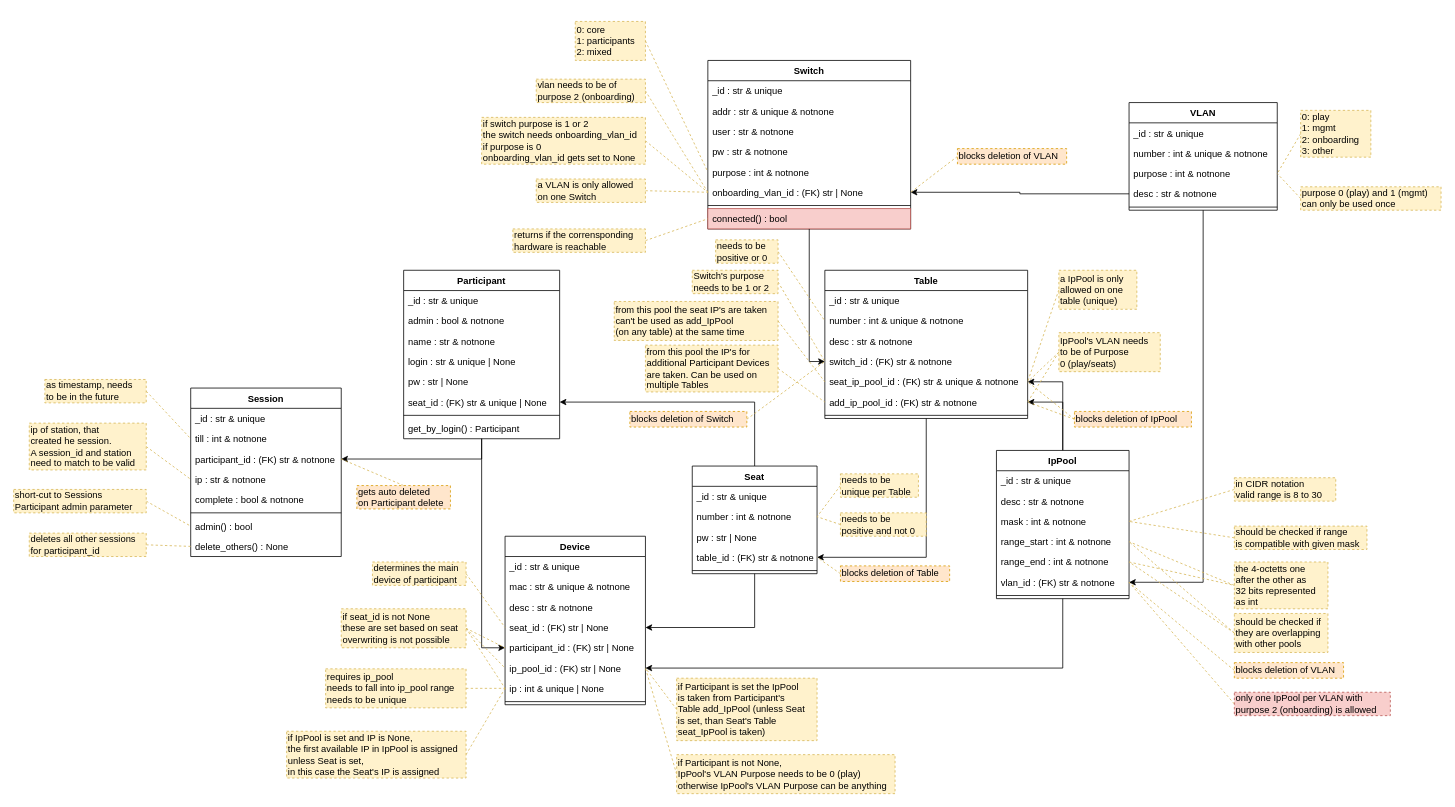
Earlier version of the draw.io diagram docs/elements_classes.drawio (nils-ost/LanPartyOnboardingSystem). Source tidied: cells renumbered, new cells numbered last; positions are measured from the earlier drawing's top-left corner, leaving out a move shared by most shapes. Both pictures are drawn from the tidied source at 78%, with x=0, y=0 at pixel (13, 21).
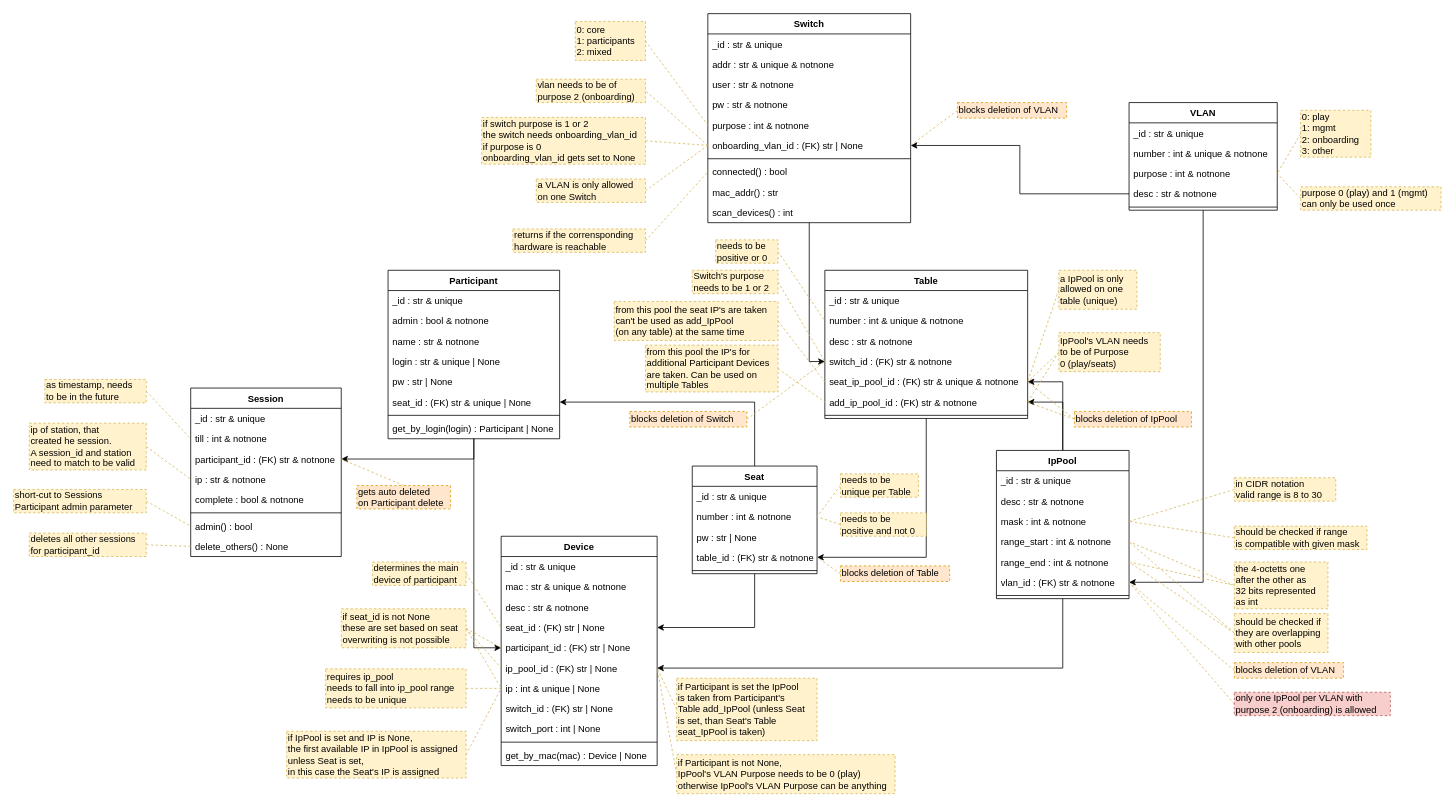
The same page after the edit.

Commit message (it also covers changes not shown here):
linked Switch element to MTSwitch; added backgroundworker to automatically scan for and add Devices

Diff of the diagram source:
```diff
@@
     <mxCell id="9" value="Switch" style="swimlane;fontStyle=1;align=center;verticalAlign=top;horizontal=1;startSize=26;" parent="1" vertex="1">
-      <mxGeometry x="890" y="50" width="260" height="216" as="geometry" />
+      <mxGeometry x="890" y="-10" width="260" height="268" as="geometry" />
     </mxCell>
@@
-    <mxCell id="17" value="connected() : bool" style="text;strokeColor=#b85450;fillColor=#f8cecc;align=left;verticalAlign=top;spacingLeft=4;spacingRight=4;overflow=hidden;points=[[0,0.5],[1,0.5]];portConstraint=eastwest;" parent="9" vertex="1">
+    <mxCell id="17" value="connected() : bool" style="text;align=left;verticalAlign=top;spacingLeft=4;spacingRight=4;overflow=hidden;points=[[0,0.5],[1,0.5]];portConstraint=eastwest;" parent="9" vertex="1">
       <mxGeometry y="190" width="260" height="26" as="geometry" />
     </mxCell>
+    <mxCell id="155" value="mac_addr() : str" style="text;align=left;verticalAlign=top;spacingLeft=4;spacingRight=4;overflow=hidden;" parent="9" vertex="1">
+      <mxGeometry y="216" width="260" height="26" as="geometry" />
+    </mxCell>
+    <mxCell id="156" value="scan_devices() : int" style="text;align=left;verticalAlign=top;spacingLeft=4;spacingRight=4;overflow=hidden;" parent="9" vertex="1">
+      <mxGeometry y="242" width="260" height="26" as="geometry" />
+    </mxCell>
@@
     <mxCell id="53" value="Participant" style="swimlane;fontStyle=1;align=center;verticalAlign=top;horizontal=1;startSize=26;" parent="1" vertex="1">
-      <mxGeometry x="500" y="319" width="200" height="216" as="geometry" />
+      <mxGeometry x="480" y="319" width="220" height="216" as="geometry" />
     </mxCell>
     <mxCell id="54" value="_id : str &amp; unique" style="text;strokeColor=none;fillColor=none;align=left;verticalAlign=top;spacingLeft=4;spacingRight=4;overflow=hidden;" parent="53" vertex="1">
-      <mxGeometry y="26" width="200" height="26" as="geometry" />
+      <mxGeometry y="26" width="220" height="26" as="geometry" />
     </mxCell>
     <mxCell id="55" value="admin : bool &amp; notnone" style="text;strokeColor=none;fillColor=none;align=left;verticalAlign=top;spacingLeft=4;spacingRight=4;overflow=hidden;" parent="53" vertex="1">
-      <mxGeometry y="52" width="200" height="26" as="geometry" />
+      <mxGeometry y="52" width="220" height="26" as="geometry" />
     </mxCell>
     <mxCell id="56" value="name : str &amp; notnone" style="text;strokeColor=none;fillColor=none;align=left;verticalAlign=top;spacingLeft=4;spacingRight=4;overflow=hidden;" parent="53" vertex="1">
-      <mxGeometry y="78" width="200" height="26" as="geometry" />
+      <mxGeometry y="78" width="220" height="26" as="geometry" />
     </mxCell>
     <mxCell id="57" value="login : str &amp; unique | None" style="text;strokeColor=none;fillColor=none;align=left;verticalAlign=top;spacingLeft=4;spacingRight=4;overflow=hidden;" parent="53" vertex="1">
-      <mxGeometry y="104" width="200" height="26" as="geometry" />
+      <mxGeometry y="104" width="220" height="26" as="geometry" />
     </mxCell>
     <mxCell id="58" value="pw : str | None" style="text;strokeColor=none;fillColor=none;align=left;verticalAlign=top;spacingLeft=4;spacingRight=4;overflow=hidden;" parent="53" vertex="1">
-      <mxGeometry y="130" width="200" height="26" as="geometry" />
+      <mxGeometry y="130" width="220" height="26" as="geometry" />
     </mxCell>
     <mxCell id="59" value="seat_id : (FK) str &amp; unique | None" style="text;strokeColor=none;fillColor=none;align=left;verticalAlign=top;spacingLeft=4;spacingRight=4;overflow=hidden;points=[[0,0.5],[1,0.5]];portConstraint=eastwest;" parent="53" vertex="1">
-      <mxGeometry y="156" width="200" height="26" as="geometry" />
+      <mxGeometry y="156" width="220" height="26" as="geometry" />
     </mxCell>
     <mxCell id="60" style="line;strokeWidth=1;fillColor=none;align=left;verticalAlign=middle;spacingTop=-1;spacingLeft=3;spacingRight=3;labelPosition=right;" parent="53" vertex="1">
-      <mxGeometry y="182" width="200" height="8" as="geometry" />
+      <mxGeometry y="182" width="220" height="8" as="geometry" />
     </mxCell>
-    <mxCell id="61" value="get_by_login() : Participant" style="text;strokeColor=none;fillColor=none;align=left;verticalAlign=top;spacingLeft=4;spacingRight=4;overflow=hidden;" parent="53" vertex="1">
-      <mxGeometry y="190" width="200" height="26" as="geometry" />
+    <mxCell id="61" value="get_by_login(login) : Participant | None" style="text;strokeColor=none;fillColor=none;align=left;verticalAlign=top;spacingLeft=4;spacingRight=4;overflow=hidden;" parent="53" vertex="1">
+      <mxGeometry y="190" width="220" height="26" as="geometry" />
     </mxCell>
     <mxCell id="62" value="Device" style="swimlane;fontStyle=1;align=center;verticalAlign=top;horizontal=1;startSize=26;" parent="1" vertex="1">
-      <mxGeometry x="630" y="660" width="180" height="216" as="geometry" />
+      <mxGeometry x="625" y="660" width="200" height="294" as="geometry" />
     </mxCell>
     <mxCell id="63" value="_id : str &amp; unique" style="text;strokeColor=none;fillColor=none;align=left;verticalAlign=top;spacingLeft=4;spacingRight=4;overflow=hidden;" parent="62" vertex="1">
-      <mxGeometry y="26" width="180" height="26" as="geometry" />
+      <mxGeometry y="26" width="200" height="26" as="geometry" />
     </mxCell>
     <mxCell id="64" value="mac : str &amp; unique &amp; notnone" style="text;strokeColor=none;fillColor=none;align=left;verticalAlign=top;spacingLeft=4;spacingRight=4;overflow=hidden;" parent="62" vertex="1">
-      <mxGeometry y="52" width="180" height="26" as="geometry" />
+      <mxGeometry y="52" width="200" height="26" as="geometry" />
     </mxCell>
     <mxCell id="65" value="desc : str &amp; notnone" style="text;strokeColor=none;fillColor=none;align=left;verticalAlign=top;spacingLeft=4;spacingRight=4;overflow=hidden;" parent="62" vertex="1">
-      <mxGeometry y="78" width="180" height="26" as="geometry" />
+      <mxGeometry y="78" width="200" height="26" as="geometry" />
     </mxCell>
     <mxCell id="66" value="seat_id : (FK) str | None" style="text;strokeColor=none;fillColor=none;align=left;verticalAlign=top;spacingLeft=4;spacingRight=4;overflow=hidden;points=[[0,0.5],[1,0.5]];portConstraint=eastwest;" parent="62" vertex="1">
-      <mxGeometry y="104" width="180" height="26" as="geometry" />
+      <mxGeometry y="104" width="200" height="26" as="geometry" />
     </mxCell>
     <mxCell id="67" value="participant_id : (FK) str | None" style="text;strokeColor=none;fillColor=none;align=left;verticalAlign=top;spacingLeft=4;spacingRight=4;overflow=hidden;points=[[0,0.5],[1,0.5]];portConstraint=eastwest;" parent="62" vertex="1">
-      <mxGeometry y="130" width="180" height="26" as="geometry" />
+      <mxGeometry y="130" width="200" height="26" as="geometry" />
     </mxCell>
     <mxCell id="68" value="ip_pool_id : (FK) str | None" style="text;strokeColor=none;fillColor=none;align=left;verticalAlign=top;spacingLeft=4;spacingRight=4;overflow=hidden;points=[[0,0.5],[1,0.5]];portConstraint=eastwest;" parent="62" vertex="1">
-      <mxGeometry y="156" width="180" height="26" as="geometry" />
+      <mxGeometry y="156" width="200" height="26" as="geometry" />
     </mxCell>
     <mxCell id="69" value="ip : int &amp; unique | None" style="text;strokeColor=none;fillColor=none;align=left;verticalAlign=top;spacingLeft=4;spacingRight=4;overflow=hidden;points=[[0,0.5],[1,0.5]];portConstraint=eastwest;" parent="62" vertex="1">
-      <mxGeometry y="182" width="180" height="26" as="geometry" />
+      <mxGeometry y="182" width="200" height="26" as="geometry" />
     </mxCell>
+    <mxCell id="157" value="switch_id : (FK) str | None" style="text;align=left;verticalAlign=top;spacingLeft=4;spacingRight=4;overflow=hidden;" parent="62" vertex="1">
+      <mxGeometry y="208" width="200" height="26" as="geometry" />
+    </mxCell>
+    <mxCell id="158" value="switch_port : int | None" style="text;align=left;verticalAlign=top;spacingLeft=4;spacingRight=4;overflow=hidden;" parent="62" vertex="1">
+      <mxGeometry y="234" width="200" height="26" as="geometry" />
+    </mxCell>
     <mxCell id="70" style="line;strokeWidth=1;fillColor=none;align=left;verticalAlign=middle;spacingTop=-1;spacingLeft=3;spacingRight=3;labelPosition=right;" parent="62" vertex="1">
-      <mxGeometry y="208" width="180" height="8" as="geometry" />
+      <mxGeometry y="260" width="200" height="8" as="geometry" />
     </mxCell>
+    <mxCell id="159" value="get_by_mac(mac) : Device | None" style="text;strokeColor=none;fillColor=none;align=left;verticalAlign=top;spacingLeft=4;spacingRight=4;overflow=hidden;" parent="62" vertex="1">
+      <mxGeometry y="268" width="200" height="26" as="geometry" />
+    </mxCell>
@@
     <mxCell id="152" value="blocks deletion of VLAN" style="rounded=0;whiteSpace=wrap;html=1;fillColor=#ffe6cc;strokeColor=#d79b00;dashed=1;align=left;verticalAlign=middle;horizontal=1;labelPosition=center;verticalLabelPosition=middle;" parent="1" vertex="1">
-      <mxGeometry x="1210" y="163" width="140" height="20" as="geometry" />
+      <mxGeometry x="1210" y="104" width="140" height="20" as="geometry" />
     </mxCell>
```
